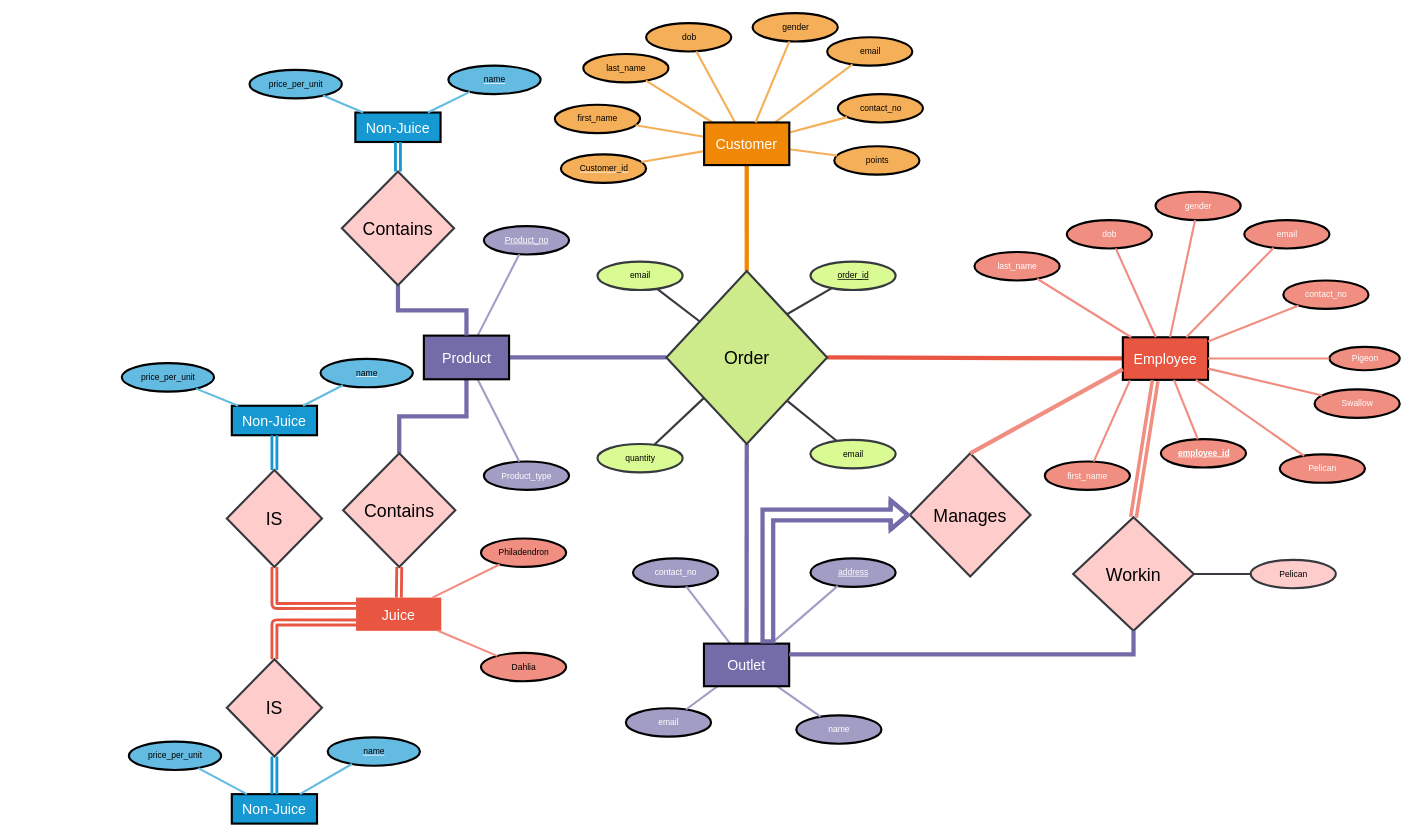
Before: Untitled Diagram.drawio in dev-Kaustav/2016-MySQL-Juicd, a draw.io diagram. Source tidied: cells renumbered, new cells numbered last; positions are measured from the earlier drawing's top-left corner, leaving out a move shared by most shapes. Both pictures are drawn from the tidied source at 71%, with x=0, y=0 at pixel (13, 13).
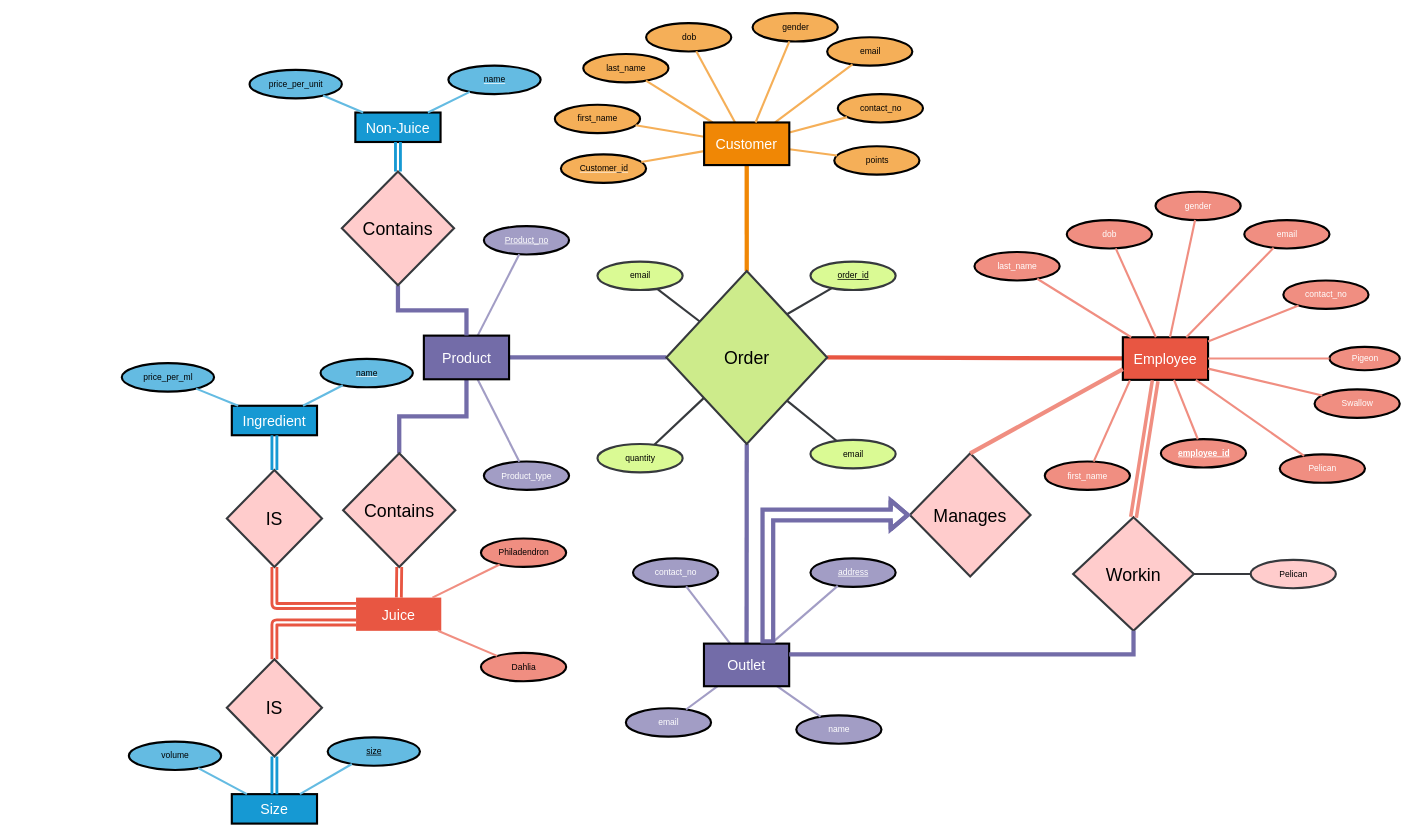
After the change.

Unchanged cells that the change refers to:
```xml
<mxCell id="86" style="group;" parent="85" vertex="1">
  <mxGeometry width="645.9" height="535.7" as="geometry" />
</mxCell>
```

Change to the diagram source:
```diff
@@
-    <mxCell id="96" value="Non-Juice" style="rectangle;whiteSpace=wrap;html=1;shadow=0;fontFamily=Helvetica;fontSize=20;fontColor=#FFFFFF;align=center;strokeWidth=3;fillColor=#1699D3;" parent="86" vertex="1">
+    <mxCell id="96" value="Ingredient" style="rectangle;whiteSpace=wrap;html=1;shadow=0;fontFamily=Helvetica;fontSize=20;fontColor=#FFFFFF;align=center;strokeWidth=3;fillColor=#1699D3;" parent="86" vertex="1">
       <mxGeometry x="35" y="-17" width="120" height="41.5" as="geometry" />
     </mxCell>
@@
-    <mxCell id="100" value="&lt;font color=&quot;#000000&quot;&gt;price_per_unit&lt;/font&gt;" style="ellipse;fillColor=#64BBE2;strokeWidth=3;shadow=0;html=1;fontColor=#FFFFFF;" parent="86" vertex="1">
+    <mxCell id="100" value="&lt;font color=&quot;#000000&quot;&gt;price_per_ml&lt;/font&gt;" style="ellipse;fillColor=#64BBE2;strokeWidth=3;shadow=0;html=1;fontColor=#FFFFFF;" parent="86" vertex="1">
       <mxGeometry x="-120" y="-77" width="130" height="40" as="geometry" />
     </mxCell>
@@
-    <mxCell id="112" value="Non-Juice" style="rectangle;whiteSpace=wrap;html=1;shadow=0;fontFamily=Helvetica;fontSize=20;fontColor=#FFFFFF;align=center;strokeWidth=3;fillColor=#1699D3;" parent="1" vertex="1">
+    <mxCell id="112" value="Size" style="rectangle;whiteSpace=wrap;html=1;shadow=0;fontFamily=Helvetica;fontSize=20;fontColor=#FFFFFF;align=center;strokeWidth=3;fillColor=#1699D3;" parent="1" vertex="1">
       <mxGeometry x="308" y="1100" width="120" height="41.5" as="geometry" />
     </mxCell>
@@
-    <mxCell id="114" value="&lt;u&gt;&lt;font color=&quot;#000000&quot;&gt;name&lt;/font&gt;&lt;/u&gt;" style="ellipse;fillColor=#64BBE2;strokeWidth=3;shadow=0;html=1;fontColor=#FFFFFF;" parent="1" vertex="1">
+    <mxCell id="114" value="&lt;font color=&quot;#000000&quot;&gt;&lt;u&gt;size&lt;/u&gt;&lt;/font&gt;" style="ellipse;fillColor=#64BBE2;strokeWidth=3;shadow=0;html=1;fontColor=#FFFFFF;" parent="1" vertex="1">
       <mxGeometry x="443" y="1020" width="130" height="40" as="geometry" />
     </mxCell>
@@
-    <mxCell id="116" value="&lt;font color=&quot;#000000&quot;&gt;price_per_unit&lt;/font&gt;" style="ellipse;fillColor=#64BBE2;strokeWidth=3;shadow=0;html=1;fontColor=#FFFFFF;" parent="1" vertex="1">
+    <mxCell id="116" value="&lt;font color=&quot;#000000&quot;&gt;volume&lt;/font&gt;" style="ellipse;fillColor=#64BBE2;strokeWidth=3;shadow=0;html=1;fontColor=#FFFFFF;" parent="1" vertex="1">
       <mxGeometry x="163" y="1026" width="130" height="40" as="geometry" />
     </mxCell>
```
